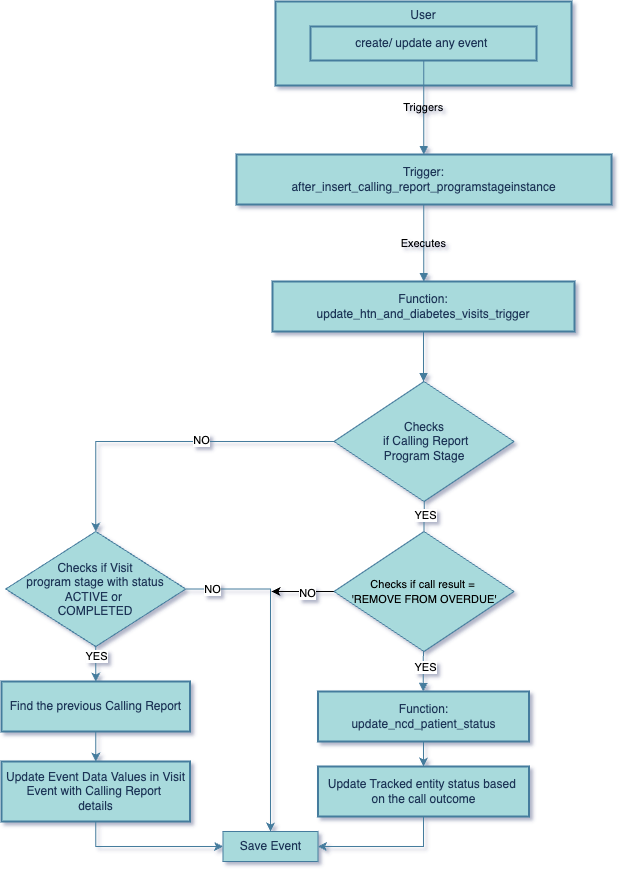
This is doc/overdue-Trigger-Workflow.png from simpledotorg/dhis2-hypertension-package, a draw.io export, as it was before one commit. Source tidied: cells renumbered, new cells last; positions are measured from the earlier drawing's top-left corner, leaving out a move shared by most shapes.
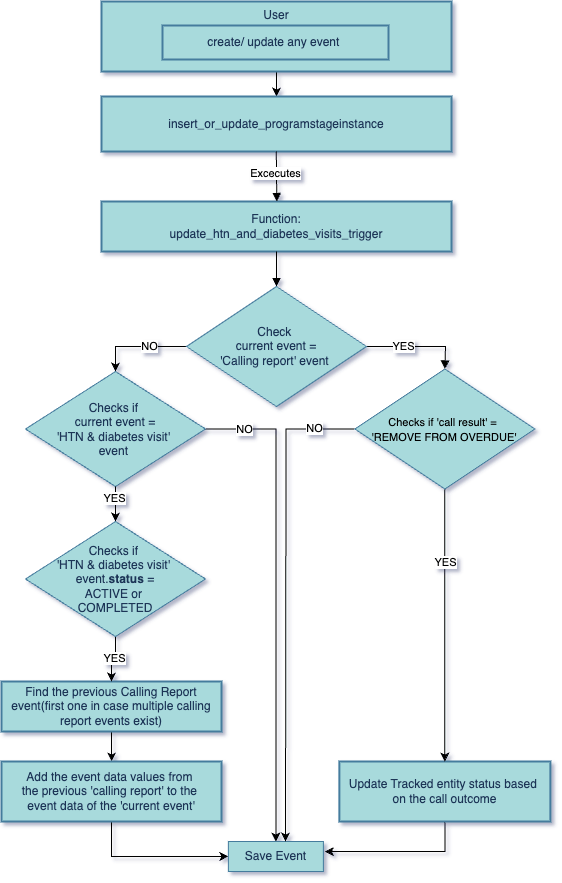
After the commit.

Commit message:
Update the overdue trigger workflow diagram

Change to the diagram source:
```diff
@@ -2,62 +2,52 @@
   <root>
     <mxCell id="0" />
     <mxCell id="1" parent="0" />
+    <mxCell id="33" style="edgeStyle=orthogonalEdgeStyle;rounded=0;jettySize=auto;html=1;" parent="1" edge="1" source="2" target="4">
+      <mxGeometry relative="1" as="geometry" />
+    </mxCell>
     <mxCell id="2" value="User" style="whiteSpace=wrap;strokeWidth=2;verticalAlign=top;rounded=0;labelBackgroundColor=none;fillColor=#A8DADC;strokeColor=#457B9D;fontColor=#1D3557;" parent="1" vertex="1">
-      <mxGeometry x="274" width="296" height="84" as="geometry" />
+      <mxGeometry x="150" y="80" width="350" height="70" as="geometry" />
     </mxCell>
     <mxCell id="3" value="create/ update any event " style="whiteSpace=wrap;strokeWidth=2;rounded=0;labelBackgroundColor=none;fillColor=#A8DADC;strokeColor=#457B9D;fontColor=#1D3557;" parent="1" vertex="1">
-      <mxGeometry x="309" y="25" width="226" height="34" as="geometry" />
+      <mxGeometry x="211" y="104" width="226" height="34" as="geometry" />
     </mxCell>
-    <mxCell id="4" value="Trigger:&#10;after_insert_calling_report_programstageinstance" style="whiteSpace=wrap;strokeWidth=2;rounded=0;labelBackgroundColor=none;fillColor=#A8DADC;strokeColor=#457B9D;fontColor=#1D3557;" parent="1" vertex="1">
-      <mxGeometry x="235" y="153" width="375" height="50" as="geometry" />
+    <mxCell id="4" value="insert_or_update_programstageinstance" style="whiteSpace=wrap;strokeWidth=2;rounded=0;labelBackgroundColor=none;fillColor=#A8DADC;strokeColor=#457B9D;fontColor=#1D3557;" parent="1" vertex="1">
+      <mxGeometry x="150" y="175" width="350" height="55" as="geometry" />
     </mxCell>
     <mxCell id="5" value="Function:&#10;update_htn_and_diabetes_visits_trigger" style="whiteSpace=wrap;strokeWidth=2;rounded=0;labelBackgroundColor=none;fillColor=#A8DADC;strokeColor=#457B9D;fontColor=#1D3557;" parent="1" vertex="1">
-      <mxGeometry x="271" y="280" width="302" height="50" as="geometry" />
+      <mxGeometry x="150" y="280" width="350" height="50" as="geometry" />
     </mxCell>
-    <mxCell id="6" style="edgeStyle=orthogonalEdgeStyle;rounded=0;jettySize=auto;html=1;exitX=0.5;exitY=1;exitDx=0;exitDy=0;entryX=0.5;entryY=0;entryDx=0;entryDy=0;labelBackgroundColor=none;strokeColor=#457B9D;fontColor=default;" parent="1" edge="1" source="7" target="29">
-      <mxGeometry relative="1" as="geometry" />
-    </mxCell>
-    <mxCell id="7" value="Function:&#10;update_ncd_patient_status" style="whiteSpace=wrap;strokeWidth=2;rounded=0;labelBackgroundColor=none;fillColor=#A8DADC;strokeColor=#457B9D;fontColor=#1D3557;" parent="1" vertex="1">
-      <mxGeometry x="316.5" y="690" width="211" height="50" as="geometry" />
-    </mxCell>
-    <mxCell id="8" style="edgeStyle=orthogonalEdgeStyle;rounded=0;jettySize=auto;html=1;exitX=0.5;exitY=1;exitDx=0;exitDy=0;labelBackgroundColor=none;strokeColor=#457B9D;fontColor=default;" parent="1" edge="1" source="9" target="17">
+    <mxCell id="8" style="edgeStyle=orthogonalEdgeStyle;rounded=0;jettySize=auto;html=1;exitX=0.5;exitY=1;exitDx=0;exitDy=0;labelBackgroundColor=none;strokeColor=#000000;fontColor=default;" parent="1" edge="1" source="9" target="17">
       <mxGeometry relative="1" as="geometry" />
     </mxCell>
-    <mxCell id="9" value="Find the previous Calling Report" style="whiteSpace=wrap;strokeWidth=2;rounded=0;labelBackgroundColor=none;fillColor=#A8DADC;strokeColor=#457B9D;fontColor=#1D3557;" parent="1" vertex="1">
-      <mxGeometry y="680" width="188.5" height="50" as="geometry" />
+    <mxCell id="9" value="Find the previous Calling Report event(first one in case multiple calling report events exist)" style="whiteSpace=wrap;strokeWidth=2;rounded=0;labelBackgroundColor=none;fillColor=#A8DADC;strokeColor=#457B9D;fontColor=#1D3557;" parent="1" vertex="1">
+      <mxGeometry x="50" y="760" width="220" height="50" as="geometry" />
     </mxCell>
-    <mxCell id="10" value="Triggers" style="curved=1;startArrow=none;endArrow=block;exitX=0.5011926161504425;exitY=1;entryX=0.4993854166666667;entryY=0;rounded=0;labelBackgroundColor=none;strokeColor=#457B9D;fontColor=default;" parent="1" edge="1" source="3" target="4">
-      <mxGeometry relative="1" as="geometry" />
-    </mxCell>
-    <mxCell id="11" value="Executes" style="curved=1;startArrow=none;endArrow=block;exitX=0.4993854166666667;exitY=1;entryX=0.5008924875827815;entryY=0;rounded=0;labelBackgroundColor=none;strokeColor=#457B9D;fontColor=default;" parent="1" edge="1" source="4" target="5">
+    <mxCell id="11" style="curved=1;startArrow=none;endArrow=block;exitX=0.4993854166666667;exitY=1;entryX=0.5008924875827815;entryY=0;rounded=0;labelBackgroundColor=none;strokeColor=#000000;fontColor=default;" parent="1" edge="1" source="4" target="5">
       <mxGeometry relative="1" as="geometry" />
     </mxCell>
-    <mxCell id="12" style="curved=0;startArrow=none;endArrow=block;rounded=0;entryX=0.5;entryY=0;entryDx=0;entryDy=0;exitX=0.5;exitY=1;exitDx=0;exitDy=0;labelBackgroundColor=none;strokeColor=#457B9D;fontColor=default;" parent="1" edge="1" source="5">
-      <mxGeometry x="-0.2" y="-2" relative="1" as="geometry">
-        <mxPoint x="422" y="380" as="targetPoint" />
-      </mxGeometry>
+    <mxCell id="12" style="curved=0;startArrow=none;endArrow=block;rounded=0;entryX=0.5;entryY=0;entryDx=0;entryDy=0;exitX=0.5;exitY=1;exitDx=0;exitDy=0;labelBackgroundColor=none;strokeColor=#000000;fontColor=default;" parent="1" edge="1" source="5" target="21">
+      <mxGeometry x="-0.2" y="-2" relative="1" as="geometry" />
     </mxCell>
-    <mxCell id="13" style="curved=1;startArrow=none;endArrow=block;exitX=0.5011619857594937;exitY=1;entryX=0.4985004443127962;entryY=0;rounded=0;labelBackgroundColor=none;strokeColor=#457B9D;fontColor=default;" parent="1" edge="1" source="21" target="7">
-      <mxGeometry relative="1" as="geometry" />
+    <mxCell id="13" style="curved=0;startArrow=none;endArrow=block;exitX=1;exitY=0.5;rounded=0;labelBackgroundColor=none;strokeColor=#000000;fontColor=default;exitDx=0;exitDy=0;entryX=0.5;entryY=0;entryDx=0;entryDy=0;" parent="1" edge="1" source="21" target="32">
+      <mxGeometry relative="1" as="geometry">
+        <Array as="points">
+          <mxPoint x="494" y="425" />
+        </Array>
+      </mxGeometry>
     </mxCell>
     <mxCell id="14" value="YES" style="edgeLabel;html=1;align=center;verticalAlign=middle;" parent="13" vertex="1">
-      <mxGeometry x="-0.86" y="1" relative="1" as="geometry" />
+      <mxGeometry x="-0.86" y="1" relative="1" as="geometry">
+        <mxPoint x="29" as="offset" />
+      </mxGeometry>
     </mxCell>
-    <mxCell id="15" value="YES" style="edgeLabel;html=1;align=center;verticalAlign=middle;" parent="13" vertex="1">
-      <mxGeometry x="0.75" y="2" relative="1" as="geometry" />
-    </mxCell>
-    <mxCell id="16" style="edgeStyle=orthogonalEdgeStyle;rounded=0;jettySize=auto;html=1;exitX=0.5;exitY=1;exitDx=0;exitDy=0;entryX=0;entryY=0.5;entryDx=0;entryDy=0;labelBackgroundColor=none;strokeColor=#457B9D;fontColor=default;" parent="1" edge="1" source="17" target="27">
+    <mxCell id="16" style="edgeStyle=orthogonalEdgeStyle;rounded=0;jettySize=auto;html=1;exitX=0.5;exitY=1;exitDx=0;exitDy=0;entryX=0;entryY=0.5;entryDx=0;entryDy=0;labelBackgroundColor=none;strokeColor=#000000;fontColor=default;" parent="1" edge="1" source="17" target="27">
       <mxGeometry relative="1" as="geometry" />
     </mxCell>
-    <mxCell id="17" value="Update Event Data Values in Visit Event with Calling Report &#10;details" style="whiteSpace=wrap;strokeWidth=2;rounded=0;labelBackgroundColor=none;fillColor=#A8DADC;strokeColor=#457B9D;fontColor=#1D3557;" parent="1" vertex="1">
-      <mxGeometry y="760" width="188.5" height="60" as="geometry" />
+    <mxCell id="17" value="Add the event data values from &#10;the previous 'calling report' to the &#10;event data of the 'current event'" style="whiteSpace=wrap;strokeWidth=2;rounded=0;labelBackgroundColor=none;fillColor=#A8DADC;strokeColor=#457B9D;fontColor=#1D3557;" parent="1" vertex="1">
+      <mxGeometry x="50" y="840" width="220" height="60" as="geometry" />
     </mxCell>
-    <mxCell id="18" style="curved=1;startArrow=none;endArrow=block;exitX=0.5011619857594937;exitY=1;entryX=0.4985004443127962;entryY=0;rounded=0;labelBackgroundColor=none;strokeColor=#457B9D;fontColor=default;" parent="1" edge="1" target="21">
-      <mxGeometry relative="1" as="geometry">
-        <mxPoint x="422.2" y="430" as="sourcePoint" />
-      </mxGeometry>
-    </mxCell>
-    <mxCell id="19" style="edgeStyle=orthogonalEdgeStyle;rounded=0;jettySize=auto;html=1;exitX=0;exitY=0.5;exitDx=0;exitDy=0;entryX=0.5;entryY=0;entryDx=0;entryDy=0;labelBackgroundColor=none;strokeColor=#457B9D;fontColor=default;" parent="1" edge="1" source="21" target="26">
+    <mxCell id="19" style="edgeStyle=orthogonalEdgeStyle;rounded=0;jettySize=auto;html=1;exitX=0;exitY=0.5;exitDx=0;exitDy=0;entryX=0.5;entryY=0;entryDx=0;entryDy=0;labelBackgroundColor=none;strokeColor=#000000;fontColor=default;" parent="1" edge="1" source="21" target="26">
       <mxGeometry relative="1" as="geometry" />
     </mxCell>
     <mxCell id="20" value="NO" style="edgeLabel;html=1;align=center;verticalAlign=middle;" parent="19" vertex="1">
@@ -65,10 +55,10 @@
         <mxPoint x="1" as="offset" />
       </mxGeometry>
     </mxCell>
-    <mxCell id="21" value="Checks&lt;div&gt;&amp;nbsp;if Calling Report&lt;br style=&quot;padding: 0px; margin: 0px;&quot;&gt;Program Stage&lt;/div&gt;" style="rhombus;whiteSpace=wrap;html=1;rounded=0;labelBackgroundColor=none;fillColor=#A8DADC;strokeColor=#457B9D;fontColor=#1D3557;" parent="1" vertex="1">
-      <mxGeometry x="332.5" y="380" width="180" height="120" as="geometry" />
+    <mxCell id="21" value="Check&amp;nbsp;&lt;div&gt;current event =&lt;div&gt;'Calling report' event&amp;nbsp;&lt;/div&gt;&lt;/div&gt;" style="rhombus;whiteSpace=wrap;html=1;rounded=0;labelBackgroundColor=none;fillColor=#A8DADC;strokeColor=#457B9D;fontColor=#1D3557;" parent="1" vertex="1">
+      <mxGeometry x="235" y="365" width="180" height="120" as="geometry" />
     </mxCell>
-    <mxCell id="22" style="edgeStyle=orthogonalEdgeStyle;rounded=0;jettySize=auto;html=1;exitX=1;exitY=0.5;exitDx=0;exitDy=0;labelBackgroundColor=none;strokeColor=#457B9D;fontColor=default;" parent="1" edge="1" source="26" target="27">
+    <mxCell id="22" style="edgeStyle=orthogonalEdgeStyle;rounded=0;jettySize=auto;html=1;exitX=1;exitY=0.5;exitDx=0;exitDy=0;labelBackgroundColor=none;strokeColor=#000000;fontColor=default;" parent="1" edge="1" source="26" target="27">
       <mxGeometry relative="1" as="geometry" />
     </mxCell>
     <mxCell id="23" value="NO" style="edgeLabel;html=1;align=center;verticalAlign=middle;" parent="22" vertex="1">
@@ -76,36 +66,70 @@
         <mxPoint y="1" as="offset" />
       </mxGeometry>
     </mxCell>
-    <mxCell id="24" style="edgeStyle=orthogonalEdgeStyle;rounded=0;jettySize=auto;html=1;exitX=0.5;exitY=1;exitDx=0;exitDy=0;entryX=0.5;entryY=0;entryDx=0;entryDy=0;strokeColor=#457B9D;fontColor=#1D3557;fillColor=#A8DADC;" parent="1" edge="1" source="26" target="9">
+    <mxCell id="24" style="edgeStyle=orthogonalEdgeStyle;rounded=0;jettySize=auto;html=1;exitX=0.5;exitY=1;exitDx=0;exitDy=0;entryX=0.5;entryY=0;entryDx=0;entryDy=0;strokeColor=#000000;fontColor=#1D3557;fillColor=#A8DADC;" parent="1" edge="1" source="40" target="9">
       <mxGeometry relative="1" as="geometry" />
     </mxCell>
-    <mxCell id="25" value="YES" style="edgeLabel;html=1;align=center;verticalAlign=middle;" parent="24" vertex="1">
-      <mxGeometry x="-0.43" relative="1" as="geometry" />
-    </mxCell>
-    <mxCell id="26" value="Checks if Visit&lt;br style=&quot;padding: 0px; margin: 0px;&quot;&gt;program stage with status&lt;div&gt;ACTIVE or&amp;nbsp;&lt;/div&gt;&lt;div&gt;COMPLETED&lt;/div&gt;" style="rhombus;whiteSpace=wrap;html=1;rounded=0;labelBackgroundColor=none;fillColor=#A8DADC;strokeColor=#457B9D;fontColor=#1D3557;" parent="1" vertex="1">
-      <mxGeometry x="4.2" y="530" width="180" height="115" as="geometry" />
+    <mxCell id="26" value="&lt;div&gt;Checks if&amp;nbsp;&lt;/div&gt;&lt;div&gt;&lt;span style=&quot;background-color: initial;&quot;&gt;current event =&lt;/span&gt;&lt;/div&gt;&lt;div&gt;'HTN &amp;amp; diabetes visit'&amp;nbsp;&lt;/div&gt;&lt;div&gt;event&amp;nbsp;&lt;/div&gt;" style="rhombus;whiteSpace=wrap;html=1;rounded=0;labelBackgroundColor=none;fillColor=#A8DADC;strokeColor=#457B9D;fontColor=#1D3557;" parent="1" vertex="1">
+      <mxGeometry x="74" y="450" width="180" height="115" as="geometry" />
     </mxCell>
     <mxCell id="27" value="Save Event" style="rounded=0;whiteSpace=wrap;html=1;labelBackgroundColor=none;fillColor=#A8DADC;strokeColor=#457B9D;fontColor=#1D3557;" parent="1" vertex="1">
-      <mxGeometry x="221.5" y="830" width="95" height="30" as="geometry" />
+      <mxGeometry x="276.9" y="920" width="95" height="30" as="geometry" />
     </mxCell>
-    <mxCell id="28" style="edgeStyle=orthogonalEdgeStyle;rounded=0;jettySize=auto;html=1;exitX=0.5;exitY=1;exitDx=0;exitDy=0;entryX=1;entryY=0.5;entryDx=0;entryDy=0;labelBackgroundColor=none;strokeColor=#457B9D;fontColor=default;" parent="1" edge="1" source="29" target="27">
-      <mxGeometry relative="1" as="geometry" />
-    </mxCell>
+    <mxCell id="34" style="edgeStyle=orthogonalEdgeStyle;rounded=0;jettySize=auto;html=1;exitX=0.5;exitY=1;exitDx=0;exitDy=0;" parent="1" edge="1" source="29">
+      <mxGeometry relative="1" as="geometry">
+        <mxPoint x="373.4" y="930" as="targetPoint" />
+        <Array as="points">
+          <mxPoint x="493.4" y="930" />
+        </Array>
+      </mxGeometry>
+    </mxCell>
     <mxCell id="29" value="Update Tracked entity status based &#10;on the call outcome" style="whiteSpace=wrap;strokeWidth=2;rounded=0;labelBackgroundColor=none;fillColor=#A8DADC;strokeColor=#457B9D;fontColor=#1D3557;" parent="1" vertex="1">
-      <mxGeometry x="316.5" y="765" width="211" height="50" as="geometry" />
+      <mxGeometry x="387.9" y="840" width="211" height="60" as="geometry" />
     </mxCell>
-    <mxCell id="30" style="edgeStyle=orthogonalEdgeStyle;rounded=0;jettySize=auto;html=1;exitX=0;exitY=0.5;exitDx=0;exitDy=0;" parent="1" edge="1" source="32">
-      <mxGeometry relative="1" as="geometry">
-        <mxPoint x="270" y="590" as="targetPoint" />
-      </mxGeometry>
-    </mxCell>
+    <mxCell id="35" style="edgeStyle=orthogonalEdgeStyle;rounded=0;jettySize=auto;html=1;entryX=0.5;entryY=0;entryDx=0;entryDy=0;" parent="1" edge="1" source="32" target="29">
+      <mxGeometry relative="1" as="geometry" />
+    </mxCell>
+    <mxCell id="36" style="edgeStyle=orthogonalEdgeStyle;rounded=0;jettySize=auto;html=1;" parent="1" edge="1" source="32">
+      <mxGeometry relative="1" as="geometry">
+        <mxPoint x="334" y="920" as="targetPoint" />
+      </mxGeometry>
+    </mxCell>
+    <mxCell id="32" value="&lt;span style=&quot;color: rgb(0, 0, 0); font-size: 11px; text-wrap: nowrap;&quot;&gt;Checks if '&lt;/span&gt;&lt;span style=&quot;color: rgb(0, 0, 0); font-size: 11px; text-wrap: nowrap; background-color: initial;&quot;&gt;call result' =&amp;nbsp;&lt;/span&gt;&lt;div&gt;&lt;div&gt;&lt;span style=&quot;color: rgb(0, 0, 0); font-size: 11px; text-wrap: nowrap;&quot;&gt;'REMOVE FROM OVERDUE'&lt;/span&gt;&lt;/div&gt;&lt;/div&gt;" style="rhombus;whiteSpace=wrap;html=1;rounded=0;labelBackgroundColor=none;fillColor=#A8DADC;strokeColor=#457B9D;fontColor=#1D3557;" parent="1" vertex="1">
+      <mxGeometry x="403.4" y="447.5" width="180" height="120" as="geometry" />
+    </mxCell>
+    <mxCell id="37" value="Excecutes" style="edgeLabel;html=1;align=center;verticalAlign=middle;" parent="1" vertex="1">
+      <mxGeometry x="334" y="230" as="geometry">
+        <mxPoint x="-11" y="21" as="offset" />
+      </mxGeometry>
+    </mxCell>
+    <mxCell id="38" style="edgeStyle=orthogonalEdgeStyle;rounded=0;jettySize=auto;html=1;exitX=0.5;exitY=1;exitDx=0;exitDy=0;entryX=0.5;entryY=0;entryDx=0;entryDy=0;strokeColor=#000000;fontColor=#1D3557;fillColor=#A8DADC;" parent="1" edge="1" source="26" target="40">
+      <mxGeometry relative="1" as="geometry" />
+    </mxCell>
+    <mxCell id="39" value="YES" style="edgeLabel;html=1;align=center;verticalAlign=middle;" parent="38" vertex="1">
+      <mxGeometry x="-0.43" relative="1" as="geometry">
+        <mxPoint x="-1" y="102" as="offset" />
+      </mxGeometry>
+    </mxCell>
+    <mxCell id="40" value="Checks if&amp;nbsp;&lt;br style=&quot;padding: 0px; margin: 0px;&quot;&gt;&lt;div&gt;'HTN &amp;amp; diabetes visit'&amp;nbsp;&lt;/div&gt;&lt;span style=&quot;background-color: initial;&quot;&gt;event.&lt;/span&gt;&lt;b&gt;status&lt;/b&gt; =&lt;div&gt;ACTIVE or&amp;nbsp;&lt;/div&gt;&lt;div&gt;COMPLETED&lt;/div&gt;" style="rhombus;whiteSpace=wrap;html=1;rounded=0;labelBackgroundColor=none;fillColor=#A8DADC;strokeColor=#457B9D;fontColor=#1D3557;" parent="1" vertex="1">
+      <mxGeometry x="74" y="600" width="180" height="115" as="geometry" />
+    </mxCell>
+    <mxCell id="41" value="YES" style="edgeLabel;html=1;align=center;verticalAlign=middle;" parent="1" vertex="1">
+      <mxGeometry x="235" y="490" as="geometry">
+        <mxPoint x="-73" y="86" as="offset" />
+      </mxGeometry>
+    </mxCell>
+    <mxCell id="42" value="YES" style="edgeLabel;html=1;align=center;verticalAlign=middle;" parent="1" vertex="1">
+      <mxGeometry x="235" y="650" as="geometry">
+        <mxPoint x="-73" y="86" as="offset" />
+      </mxGeometry>
+    </mxCell>
+    <mxCell id="43" value="YES" style="edgeLabel;html=1;align=center;verticalAlign=middle;" parent="1" vertex="1">
+      <mxGeometry x="493.4" y="640" as="geometry" />
+    </mxCell>
-    <mxCell id="31" value="NO" style="edgeLabel;html=1;align=center;verticalAlign=middle;" parent="30" vertex="1">
-      <mxGeometry x="-0.13" y="2" relative="1" as="geometry">
-        <mxPoint x="1" as="offset" />
+    <mxCell id="31" value="NO" style="edgeLabel;html=1;align=center;verticalAlign=middle;" parent="1" vertex="1">
+      <mxGeometry x="304" y="514.5" as="geometry">
+        <mxPoint x="58" y="-8" as="offset" />
       </mxGeometry>
     </mxCell>
-    <mxCell id="32" value="&lt;span style=&quot;color: rgb(0, 0, 0); font-size: 11px; text-wrap: nowrap;&quot;&gt;Checks&amp;nbsp;if call result =&amp;nbsp;&lt;/span&gt;&lt;div&gt;&lt;span style=&quot;color: rgb(0, 0, 0); font-size: 11px; text-wrap: nowrap;&quot;&gt;'REMOVE FROM OVERDUE'&lt;/span&gt;&lt;/div&gt;" style="rhombus;whiteSpace=wrap;html=1;rounded=0;labelBackgroundColor=none;fillColor=#A8DADC;strokeColor=#457B9D;fontColor=#1D3557;" parent="1" vertex="1">
-      <mxGeometry x="332.5" y="530" width="180" height="120" as="geometry" />
-    </mxCell>
   </root>
 </mxGraphModel>
```
